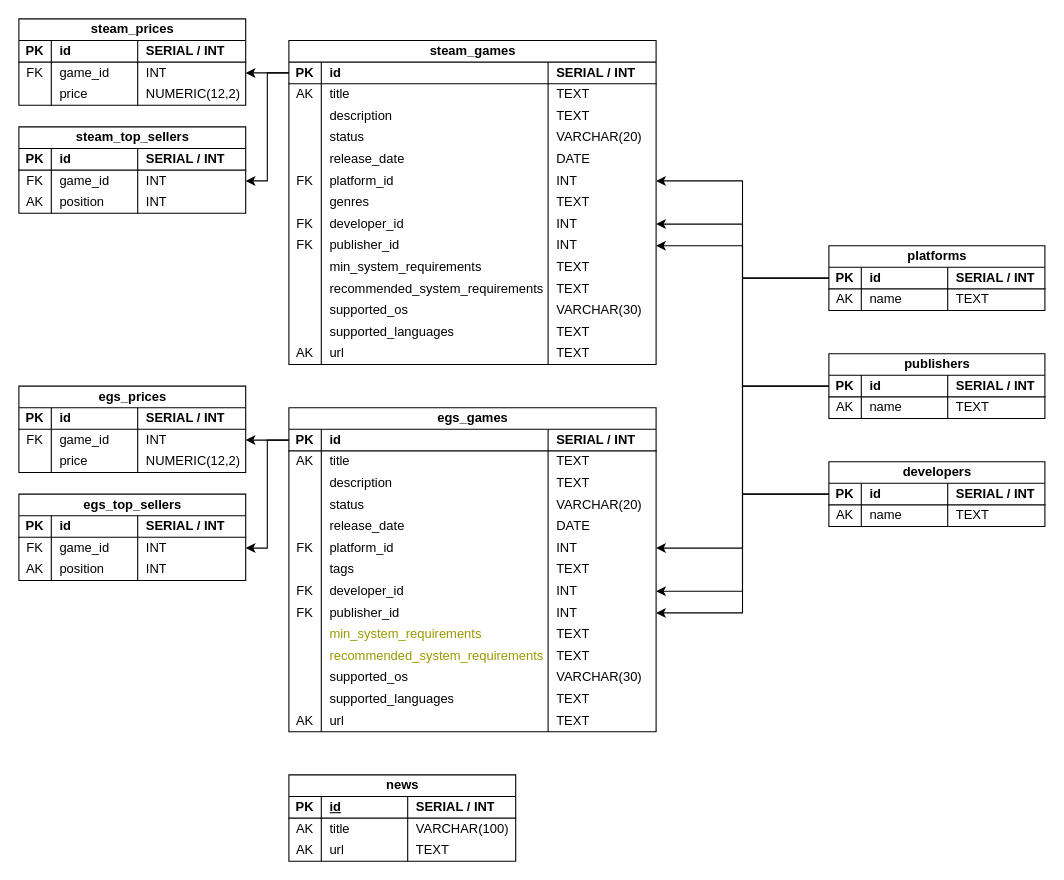
Earlier version of the draw.io diagram erd/database.drawio (xebit8/computer-games-aggregator). Source tidied: cells renumbered, new cells numbered last; positions are measured from the earlier drawing's top-left corner, leaving out a move shared by most shapes. Both pictures are drawn from the tidied source at 108%, with x=0, y=0 at pixel (18, 18).
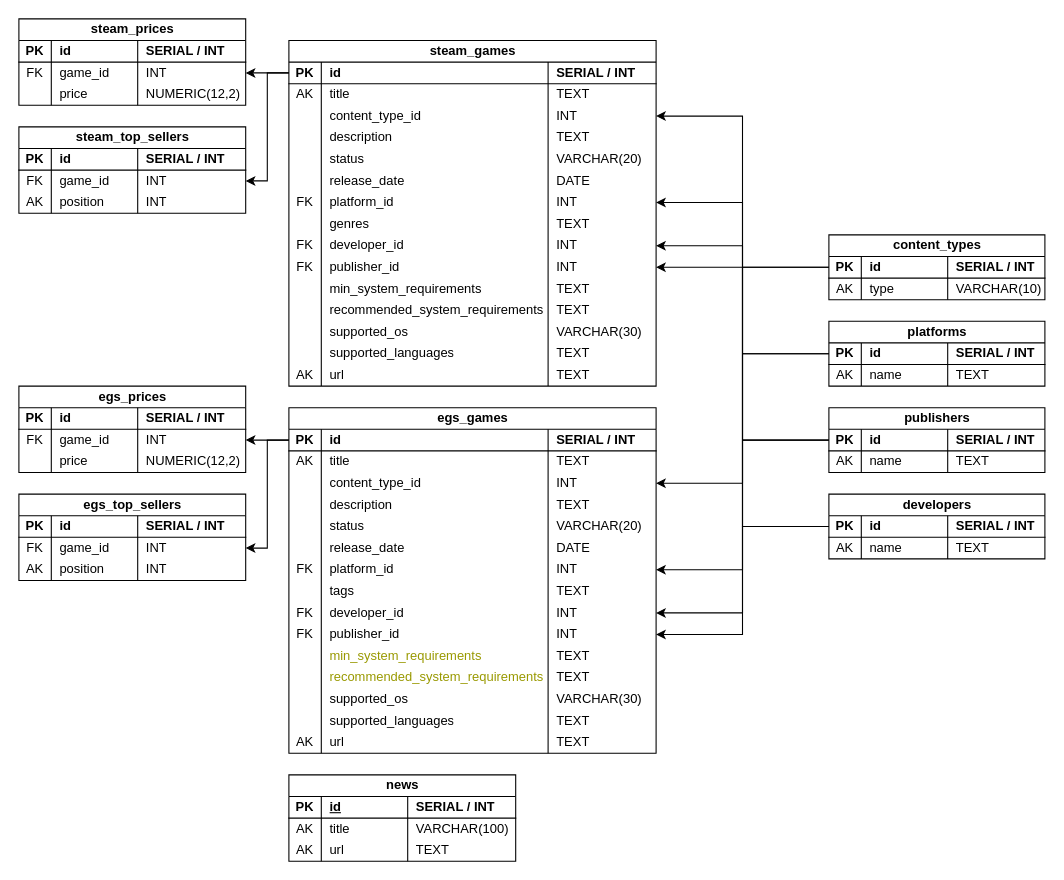
The same page after the edit.

Diff of the diagram source:
```diff
@@
     <mxCell id="2" value="egs_games" style="shape=table;startSize=20;childLayout=tableLayout;rowLines=0;fontStyle=1;align=center;html=1;" parent="1" vertex="1">
-      <mxGeometry x="250" y="360" width="340" height="300" as="geometry" />
+      <mxGeometry x="250" y="360" width="340" height="320" as="geometry" />
     </mxCell>
@@
+    <mxCell id="218" style="shape=tableRow;horizontal=0;startSize=0;swimlaneHead=0;swimlaneBody=0;fillColor=none;points=[[0,0.5],[1,0.5]];portConstraint=eastwest;top=0;left=0;right=0;bottom=0;" parent="2" vertex="1">
+      <mxGeometry y="60" width="340" height="20" as="geometry" />
+    </mxCell>
+    <mxCell id="219" style="shape=partialRectangle;fillColor=none;top=0;left=0;bottom=0;right=0;overflow=hidden;whiteSpace=wrap;html=1;" parent="218" vertex="1">
+      <mxGeometry width="30" height="20" as="geometry" />
+    </mxCell>
+    <mxCell id="220" value="content_type_id" style="shape=partialRectangle;fillColor=none;top=0;left=0;bottom=0;right=0;align=left;spacingLeft=6;overflow=hidden;whiteSpace=wrap;html=1;" parent="218" vertex="1">
+      <mxGeometry x="30" width="210" height="20" as="geometry" />
+    </mxCell>
+    <mxCell id="221" value="INT" style="shape=partialRectangle;fillColor=none;top=0;left=0;bottom=0;right=0;align=left;spacingLeft=6;overflow=hidden;whiteSpace=wrap;html=1;" parent="218" vertex="1">
+      <mxGeometry x="240" width="100" height="20" as="geometry" />
+    </mxCell>
     <mxCell id="11" style="shape=tableRow;horizontal=0;startSize=0;swimlaneHead=0;swimlaneBody=0;fillColor=none;top=0;left=0;right=0;bottom=0;" parent="2" vertex="1">
-      <mxGeometry y="60" width="340" height="20" as="geometry" />
+      <mxGeometry y="80" width="340" height="20" as="geometry" />
     </mxCell>
@@
     <mxCell id="15" style="shape=tableRow;horizontal=0;startSize=0;swimlaneHead=0;swimlaneBody=0;fillColor=none;top=0;left=0;right=0;bottom=0;" parent="2" vertex="1">
-      <mxGeometry y="80" width="340" height="20" as="geometry" />
+      <mxGeometry y="100" width="340" height="20" as="geometry" />
     </mxCell>
@@
     <mxCell id="19" style="shape=tableRow;horizontal=0;startSize=0;swimlaneHead=0;swimlaneBody=0;fillColor=none;top=0;left=0;right=0;bottom=0;" parent="2" vertex="1">
-      <mxGeometry y="100" width="340" height="20" as="geometry" />
+      <mxGeometry y="120" width="340" height="20" as="geometry" />
     </mxCell>
@@
     <mxCell id="23" style="shape=tableRow;horizontal=0;startSize=0;swimlaneHead=0;swimlaneBody=0;fillColor=none;points=[[0,0.5],[1,0.5]];portConstraint=eastwest;top=0;left=0;right=0;bottom=0;" parent="2" vertex="1">
-      <mxGeometry y="120" width="340" height="20" as="geometry" />
+      <mxGeometry y="140" width="340" height="20" as="geometry" />
     </mxCell>
@@
     <mxCell id="27" style="shape=tableRow;horizontal=0;startSize=0;swimlaneHead=0;swimlaneBody=0;fillColor=none;top=0;left=0;right=0;bottom=0;" parent="2" vertex="1">
-      <mxGeometry y="140" width="340" height="20" as="geometry" />
+      <mxGeometry y="160" width="340" height="20" as="geometry" />
     </mxCell>
@@
     <mxCell id="31" style="shape=tableRow;horizontal=0;startSize=0;swimlaneHead=0;swimlaneBody=0;fillColor=none;points=[[0,0.5],[1,0.5]];portConstraint=eastwest;top=0;left=0;right=0;bottom=0;" parent="2" vertex="1">
-      <mxGeometry y="160" width="340" height="20" as="geometry" />
+      <mxGeometry y="180" width="340" height="20" as="geometry" />
     </mxCell>
@@
     <mxCell id="35" style="shape=tableRow;horizontal=0;startSize=0;swimlaneHead=0;swimlaneBody=0;fillColor=none;points=[[0,0.5],[1,0.5]];portConstraint=eastwest;top=0;left=0;right=0;bottom=0;" parent="2" vertex="1">
-      <mxGeometry y="180" width="340" height="20" as="geometry" />
+      <mxGeometry y="200" width="340" height="20" as="geometry" />
     </mxCell>
@@
     <mxCell id="39" style="shape=tableRow;horizontal=0;startSize=0;swimlaneHead=0;swimlaneBody=0;fillColor=none;top=0;left=0;right=0;bottom=0;" parent="2" vertex="1">
-      <mxGeometry y="200" width="340" height="20" as="geometry" />
+      <mxGeometry y="220" width="340" height="20" as="geometry" />
     </mxCell>
@@
     <mxCell id="43" style="shape=tableRow;horizontal=0;startSize=0;swimlaneHead=0;swimlaneBody=0;fillColor=none;top=0;left=0;right=0;bottom=0;" parent="2" vertex="1">
-      <mxGeometry y="220" width="340" height="20" as="geometry" />
+      <mxGeometry y="240" width="340" height="20" as="geometry" />
     </mxCell>
@@
     <mxCell id="47" style="shape=tableRow;horizontal=0;startSize=0;swimlaneHead=0;swimlaneBody=0;fillColor=none;top=0;left=0;right=0;bottom=0;" parent="2" vertex="1">
-      <mxGeometry y="240" width="340" height="20" as="geometry" />
+      <mxGeometry y="260" width="340" height="20" as="geometry" />
     </mxCell>
@@
     <mxCell id="51" style="shape=tableRow;horizontal=0;startSize=0;swimlaneHead=0;swimlaneBody=0;fillColor=none;top=0;left=0;right=0;bottom=0;" parent="2" vertex="1">
-      <mxGeometry y="260" width="340" height="20" as="geometry" />
+      <mxGeometry y="280" width="340" height="20" as="geometry" />
     </mxCell>
@@
     <mxCell id="55" style="shape=tableRow;horizontal=0;startSize=0;swimlaneHead=0;swimlaneBody=0;fillColor=none;top=0;left=0;right=0;bottom=0;" parent="2" vertex="1">
-      <mxGeometry y="280" width="340" height="20" as="geometry" />
+      <mxGeometry y="300" width="340" height="20" as="geometry" />
     </mxCell>
@@
     <mxCell id="59" value="steam_games" style="shape=table;startSize=20;childLayout=tableLayout;rowLines=0;fontStyle=1;align=center;html=1;" parent="1" vertex="1">
-      <mxGeometry x="250" y="20" width="340" height="300" as="geometry" />
+      <mxGeometry x="250" y="20" width="340" height="320" as="geometry" />
     </mxCell>
@@
+    <mxCell id="222" style="shape=tableRow;horizontal=0;startSize=0;swimlaneHead=0;swimlaneBody=0;fillColor=none;points=[[0,0.5],[1,0.5]];portConstraint=eastwest;top=0;left=0;right=0;bottom=0;" parent="59" vertex="1">
+      <mxGeometry y="60" width="340" height="20" as="geometry" />
+    </mxCell>
+    <mxCell id="223" style="shape=partialRectangle;fillColor=none;top=0;left=0;bottom=0;right=0;overflow=hidden;whiteSpace=wrap;html=1;" parent="222" vertex="1">
+      <mxGeometry width="30" height="20" as="geometry" />
+    </mxCell>
+    <mxCell id="224" value="content_type_id" style="shape=partialRectangle;fillColor=none;top=0;left=0;bottom=0;right=0;align=left;spacingLeft=6;overflow=hidden;whiteSpace=wrap;html=1;" parent="222" vertex="1">
+      <mxGeometry x="30" width="210" height="20" as="geometry" />
+    </mxCell>
+    <mxCell id="225" value="INT" style="shape=partialRectangle;fillColor=none;top=0;left=0;bottom=0;right=0;align=left;spacingLeft=6;overflow=hidden;whiteSpace=wrap;html=1;" parent="222" vertex="1">
+      <mxGeometry x="240" width="100" height="20" as="geometry" />
+    </mxCell>
     <mxCell id="68" style="shape=tableRow;horizontal=0;startSize=0;swimlaneHead=0;swimlaneBody=0;fillColor=none;top=0;left=0;right=0;bottom=0;" parent="59" vertex="1">
-      <mxGeometry y="60" width="340" height="20" as="geometry" />
+      <mxGeometry y="80" width="340" height="20" as="geometry" />
     </mxCell>
@@
     <mxCell id="72" style="shape=tableRow;horizontal=0;startSize=0;swimlaneHead=0;swimlaneBody=0;fillColor=none;top=0;left=0;right=0;bottom=0;" parent="59" vertex="1">
-      <mxGeometry y="80" width="340" height="20" as="geometry" />
+      <mxGeometry y="100" width="340" height="20" as="geometry" />
     </mxCell>
@@
     <mxCell id="76" style="shape=tableRow;horizontal=0;startSize=0;swimlaneHead=0;swimlaneBody=0;fillColor=none;top=0;left=0;right=0;bottom=0;" parent="59" vertex="1">
-      <mxGeometry y="100" width="340" height="20" as="geometry" />
+      <mxGeometry y="120" width="340" height="20" as="geometry" />
     </mxCell>
@@
     <mxCell id="80" style="shape=tableRow;horizontal=0;startSize=0;swimlaneHead=0;swimlaneBody=0;fillColor=none;points=[[0,0.5],[1,0.5]];portConstraint=eastwest;top=0;left=0;right=0;bottom=0;" parent="59" vertex="1">
-      <mxGeometry y="120" width="340" height="20" as="geometry" />
+      <mxGeometry y="140" width="340" height="20" as="geometry" />
     </mxCell>
@@
     <mxCell id="84" style="shape=tableRow;horizontal=0;startSize=0;swimlaneHead=0;swimlaneBody=0;fillColor=none;top=0;left=0;right=0;bottom=0;" parent="59" vertex="1">
-      <mxGeometry y="140" width="340" height="20" as="geometry" />
+      <mxGeometry y="160" width="340" height="20" as="geometry" />
     </mxCell>
@@
     <mxCell id="88" style="shape=tableRow;horizontal=0;startSize=0;swimlaneHead=0;swimlaneBody=0;fillColor=none;points=[[0,0.5],[1,0.5]];portConstraint=eastwest;top=0;left=0;right=0;bottom=0;" parent="59" vertex="1">
-      <mxGeometry y="160" width="340" height="20" as="geometry" />
+      <mxGeometry y="180" width="340" height="20" as="geometry" />
     </mxCell>
@@
     <mxCell id="92" style="shape=tableRow;horizontal=0;startSize=0;swimlaneHead=0;swimlaneBody=0;fillColor=none;points=[[0,0.5],[1,0.5]];portConstraint=eastwest;top=0;left=0;right=0;bottom=0;" parent="59" vertex="1">
-      <mxGeometry y="180" width="340" height="20" as="geometry" />
+      <mxGeometry y="200" width="340" height="20" as="geometry" />
     </mxCell>
@@
     <mxCell id="96" style="shape=tableRow;horizontal=0;startSize=0;swimlaneHead=0;swimlaneBody=0;fillColor=none;top=0;left=0;right=0;bottom=0;" parent="59" vertex="1">
-      <mxGeometry y="200" width="340" height="20" as="geometry" />
+      <mxGeometry y="220" width="340" height="20" as="geometry" />
     </mxCell>
@@
     <mxCell id="100" style="shape=tableRow;horizontal=0;startSize=0;swimlaneHead=0;swimlaneBody=0;fillColor=none;top=0;left=0;right=0;bottom=0;" parent="59" vertex="1">
-      <mxGeometry y="220" width="340" height="20" as="geometry" />
+      <mxGeometry y="240" width="340" height="20" as="geometry" />
     </mxCell>
@@
     <mxCell id="104" style="shape=tableRow;horizontal=0;startSize=0;swimlaneHead=0;swimlaneBody=0;fillColor=none;top=0;left=0;right=0;bottom=0;" parent="59" vertex="1">
-      <mxGeometry y="240" width="340" height="20" as="geometry" />
+      <mxGeometry y="260" width="340" height="20" as="geometry" />
     </mxCell>
@@
     <mxCell id="108" style="shape=tableRow;horizontal=0;startSize=0;swimlaneHead=0;swimlaneBody=0;fillColor=none;top=0;left=0;right=0;bottom=0;" parent="59" vertex="1">
-      <mxGeometry y="260" width="340" height="20" as="geometry" />
+      <mxGeometry y="280" width="340" height="20" as="geometry" />
     </mxCell>
@@
     <mxCell id="112" style="shape=tableRow;horizontal=0;startSize=0;swimlaneHead=0;swimlaneBody=0;fillColor=none;top=0;left=0;right=0;bottom=0;" parent="59" vertex="1">
-      <mxGeometry y="280" width="340" height="20" as="geometry" />
+      <mxGeometry y="300" width="340" height="20" as="geometry" />
     </mxCell>
@@
     <mxCell id="181" value="platforms" style="shape=table;startSize=20;childLayout=tableLayout;rowLines=0;fontStyle=1;align=center;html=1;" parent="1" vertex="1">
-      <mxGeometry x="750" y="210" width="200" height="60" as="geometry" />
+      <mxGeometry x="750" y="280" width="200" height="60" as="geometry" />
     </mxCell>
@@
     <mxCell id="190" value="developers" style="shape=table;startSize=20;childLayout=tableLayout;rowLines=0;fontStyle=1;align=center;html=1;" parent="1" vertex="1">
-      <mxGeometry x="750" y="410" width="200" height="60" as="geometry" />
+      <mxGeometry x="750" y="440" width="200" height="60" as="geometry" />
     </mxCell>
@@
     <mxCell id="199" value="publishers" style="shape=table;startSize=20;childLayout=tableLayout;rowLines=0;fontStyle=1;align=center;html=1;" parent="1" vertex="1">
-      <mxGeometry x="750" y="310" width="200" height="60" as="geometry" />
+      <mxGeometry x="750" y="360" width="200" height="60" as="geometry" />
     </mxCell>
@@
+    <mxCell id="226" value="content_types" style="shape=table;startSize=20;childLayout=tableLayout;rowLines=0;fontStyle=1;align=center;html=1;" parent="1" vertex="1">
+      <mxGeometry x="750" y="200" width="200" height="60" as="geometry" />
+    </mxCell>
+    <mxCell id="227" style="shape=tableRow;horizontal=0;startSize=0;swimlaneHead=0;swimlaneBody=0;fillColor=none;points=[[0,0.5],[1,0.5]];portConstraint=eastwest;top=0;left=0;right=0;bottom=1;" parent="226" vertex="1">
+      <mxGeometry y="20" width="200" height="20" as="geometry" />
+    </mxCell>
+    <mxCell id="228" value="PK" style="shape=partialRectangle;fillColor=none;top=0;left=0;bottom=0;right=0;fontStyle=1;overflow=hidden;whiteSpace=wrap;html=1;" parent="227" vertex="1">
+      <mxGeometry width="30" height="20" as="geometry" />
+    </mxCell>
+    <mxCell id="229" value="id" style="shape=partialRectangle;fillColor=none;top=0;left=0;bottom=0;right=0;align=left;spacingLeft=6;fontStyle=1;overflow=hidden;whiteSpace=wrap;html=1;" parent="227" vertex="1">
+      <mxGeometry x="30" width="80" height="20" as="geometry" />
+    </mxCell>
+    <mxCell id="230" value="SERIAL / INT" style="shape=partialRectangle;fillColor=none;top=0;left=0;bottom=0;right=0;align=left;spacingLeft=6;fontStyle=1;overflow=hidden;whiteSpace=wrap;html=1;" parent="227" vertex="1">
+      <mxGeometry x="110" width="90" height="20" as="geometry" />
+    </mxCell>
+    <mxCell id="231" style="shape=tableRow;horizontal=0;startSize=0;swimlaneHead=0;swimlaneBody=0;fillColor=none;top=0;left=0;right=0;bottom=0;" parent="226" vertex="1">
+      <mxGeometry y="40" width="200" height="20" as="geometry" />
+    </mxCell>
+    <mxCell id="232" value="AK" style="shape=partialRectangle;fillColor=none;top=0;left=0;bottom=0;right=0;overflow=hidden;whiteSpace=wrap;html=1;" parent="231" vertex="1">
+      <mxGeometry width="30" height="20" as="geometry" />
+    </mxCell>
+    <mxCell id="233" value="type" style="shape=partialRectangle;fillColor=none;top=0;left=0;bottom=0;right=0;align=left;spacingLeft=6;overflow=hidden;whiteSpace=wrap;html=1;" parent="231" vertex="1">
+      <mxGeometry x="30" width="80" height="20" as="geometry" />
+    </mxCell>
+    <mxCell id="234" value="VARCHAR(10)" style="shape=partialRectangle;fillColor=none;top=0;left=0;bottom=0;right=0;align=left;spacingLeft=6;overflow=hidden;whiteSpace=wrap;html=1;" parent="231" vertex="1">
+      <mxGeometry x="110" width="90" height="20" as="geometry" />
+    </mxCell>
+    <mxCell id="235" style="edgeStyle=orthogonalEdgeStyle;rounded=0;jettySize=auto;html=1;exitX=0;exitY=0.5;exitDx=0;exitDy=0;entryX=1;entryY=0.5;entryDx=0;entryDy=0;" parent="1" edge="1" source="227" target="222">
+      <mxGeometry relative="1" as="geometry" />
+    </mxCell>
+    <mxCell id="236" style="edgeStyle=orthogonalEdgeStyle;rounded=0;jettySize=auto;html=1;exitX=0;exitY=0.5;exitDx=0;exitDy=0;entryX=1;entryY=0.5;entryDx=0;entryDy=0;" parent="1" edge="1" source="227" target="218">
+      <mxGeometry relative="1" as="geometry" />
+    </mxCell>
```
